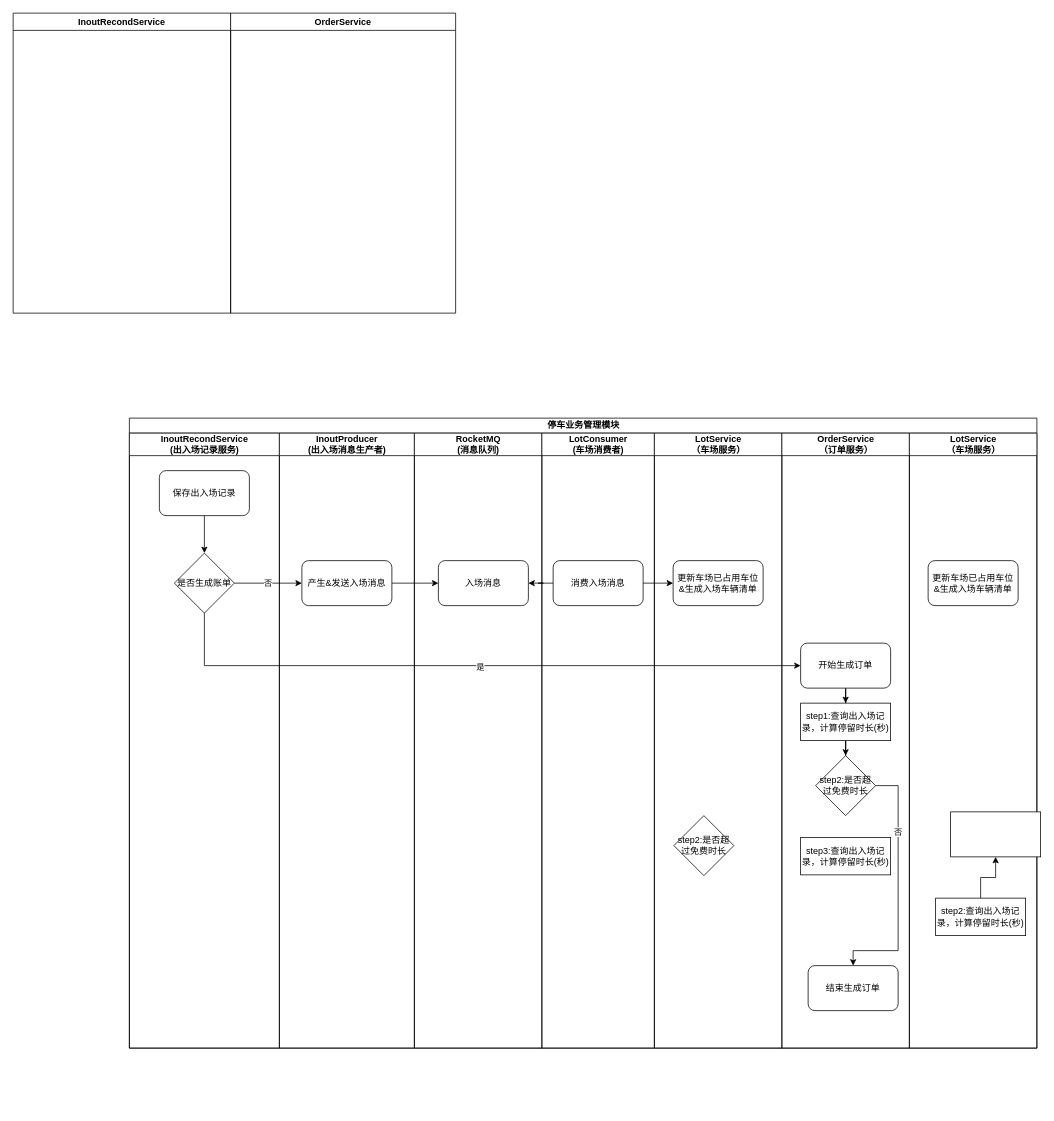
Earlier version of the draw.io diagram page "生成账单流程" (3 of 4) of hg/sm@rtpark/Untitled Diagram.drawio (yywyuwei/BusinessProcess). Source tidied: cells renumbered, new cells numbered last; positions are measured from the earlier drawing's top-left corner, leaving out a move shared by most shapes. Both pictures are drawn from the tidied source at 75%, with x=0, y=0 at pixel (13, 13).
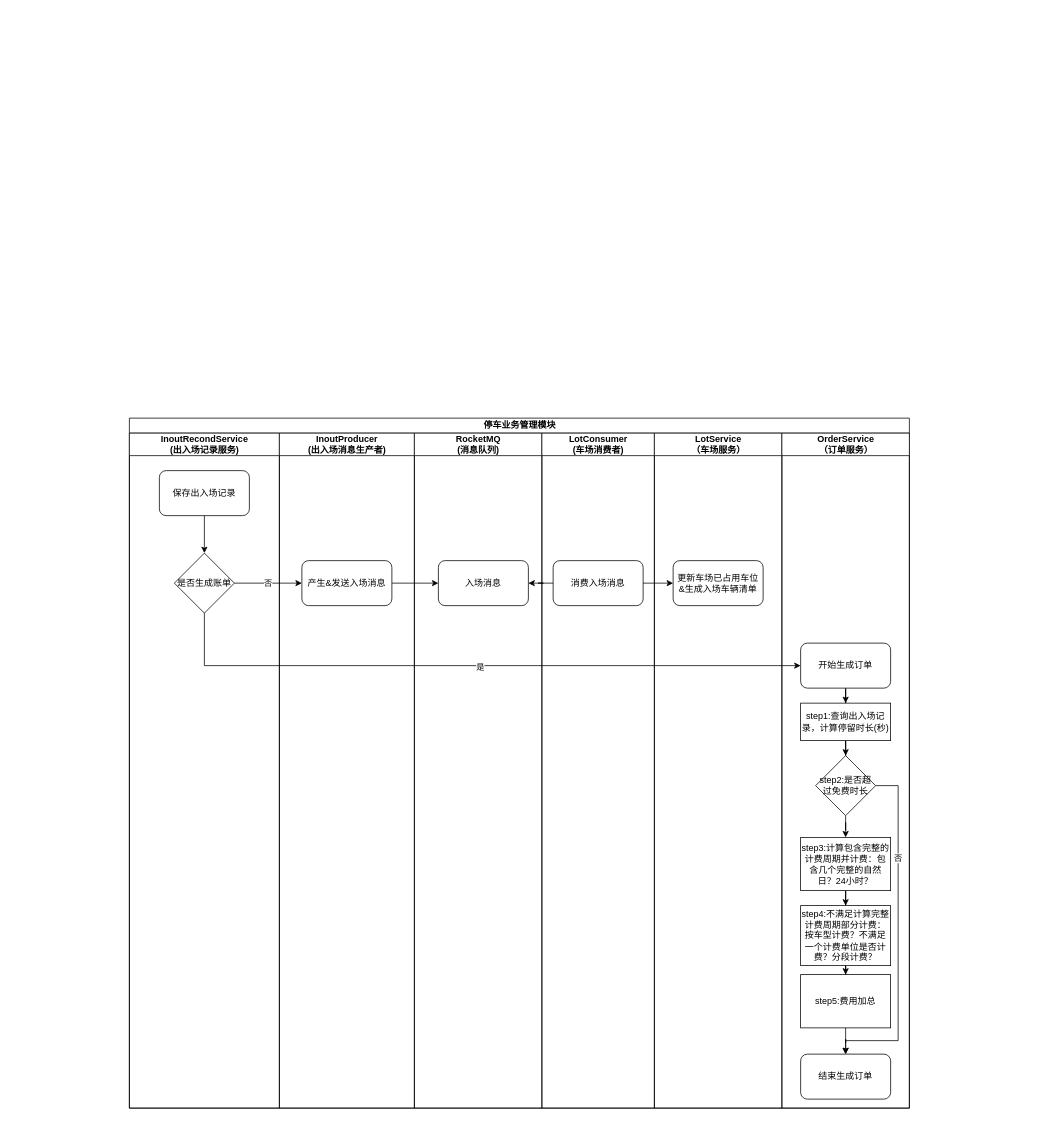
After the change.

The change refers to these unchanged cells:
```xml
<mxCell id="28" value="step2:是否超过免费时长" style="rhombus;whiteSpace=wrap;html=1;" parent="23" vertex="1">
  <mxGeometry x="45" y="430" width="80" height="80" as="geometry" />
</mxCell>
```

What changed in the source:
```diff
@@
-    <mxCell id="2" style="group;" parent="1" vertex="1">
-      <mxGeometry width="790" height="400" as="geometry" />
-    </mxCell>
-    <mxCell id="3" value="InoutRecondService" style="swimlane;" parent="2" vertex="1">
-      <mxGeometry width="290" height="400" as="geometry" />
-    </mxCell>
-    <mxCell id="4" value="OrderService" style="swimlane;" parent="2" vertex="1">
-      <mxGeometry x="290" width="300" height="400" as="geometry" />
-    </mxCell>
     <mxCell id="5" value="&lt;div&gt;停车业务管理模块&lt;/div&gt;" style="swimlane;html=1;startSize=20;" parent="1" vertex="1">
-      <mxGeometry x="155" y="540" width="1210" height="840" as="geometry" />
+      <mxGeometry x="155" y="540" width="1040" height="920" as="geometry" />
     </mxCell>
     <mxCell id="6" value="InoutRecondService&lt;br&gt;&lt;div&gt;(出入场记录服务)&lt;/div&gt;" style="swimlane;html=1;startSize=30;" parent="5" vertex="1">
-      <mxGeometry y="20" width="200" height="820" as="geometry" />
+      <mxGeometry y="20" width="200" height="900" as="geometry" />
     </mxCell>
@@
     <mxCell id="10" value="InoutProducer&lt;br&gt;&lt;div&gt;(出入场消息生产者)&lt;/div&gt;" style="swimlane;html=1;startSize=30;" parent="5" vertex="1">
-      <mxGeometry x="200" y="20" width="180" height="820" as="geometry" />
+      <mxGeometry x="200" y="20" width="180" height="900" as="geometry" />
     </mxCell>
@@
     <mxCell id="12" value="RocketMQ&lt;br&gt;(消息队列)" style="swimlane;html=1;startSize=30;" parent="5" vertex="1">
-      <mxGeometry x="380" y="20" width="170" height="820" as="geometry" />
+      <mxGeometry x="380" y="20" width="170" height="900" as="geometry" />
     </mxCell>
@@
     <mxCell id="14" value="LotConsumer&lt;br&gt;(车场消费者)" style="swimlane;html=1;startSize=30;" parent="5" vertex="1">
-      <mxGeometry x="550" y="20" width="150" height="820" as="geometry" />
+      <mxGeometry x="550" y="20" width="150" height="900" as="geometry" />
     </mxCell>
@@
     <mxCell id="16" value="LotService&lt;br&gt;（车场服务）" style="swimlane;html=1;startSize=30;" parent="5" vertex="1">
-      <mxGeometry x="700" y="20" width="170" height="820" as="geometry" />
+      <mxGeometry x="700" y="20" width="170" height="900" as="geometry" />
     </mxCell>
@@
-    <mxCell id="18" value="step2:是否超过免费时长" style="rhombus;whiteSpace=wrap;html=1;" parent="16" vertex="1">
-      <mxGeometry x="26" y="510" width="80" height="80" as="geometry" />
-    </mxCell>
@@
     <mxCell id="23" value="OrderService&lt;br&gt;（订单服务）" style="swimlane;html=1;startSize=30;" parent="5" vertex="1">
-      <mxGeometry x="870" y="20" width="170" height="820" as="geometry" />
+      <mxGeometry x="870" y="20" width="170" height="900" as="geometry" />
     </mxCell>
@@
+    <mxCell id="40" style="edgeStyle=orthogonalEdgeStyle;rounded=0;jettySize=auto;html=1;" parent="23" edge="1" source="28" target="32">
+      <mxGeometry relative="1" as="geometry" />
+    </mxCell>
@@
     <mxCell id="29" value="&lt;div&gt;结束生成订单&lt;/div&gt;" style="rounded=1;whiteSpace=wrap;html=1;" parent="23" vertex="1">
-      <mxGeometry x="35" y="710" width="120" height="60" as="geometry" />
+      <mxGeometry x="25" y="828" width="120" height="60" as="geometry" />
     </mxCell>
     <mxCell id="30" style="edgeStyle=orthogonalEdgeStyle;rounded=0;jettySize=auto;html=1;entryX=0.5;entryY=0;entryDx=0;entryDy=0;exitX=1;exitY=0.5;exitDx=0;exitDy=0;" parent="23" edge="1" source="28" target="29">
       <mxGeometry relative="1" as="geometry">
         <Array as="points">
           <mxPoint x="155" y="470" />
-          <mxPoint x="155" y="690" />
-          <mxPoint x="95" y="690" />
+          <mxPoint x="155" y="810" />
+          <mxPoint x="85" y="810" />
         </Array>
       </mxGeometry>
     </mxCell>
@@
+    <mxCell id="41" style="edgeStyle=orthogonalEdgeStyle;rounded=0;jettySize=auto;html=1;" parent="23" edge="1" source="32" target="43">
+      <mxGeometry relative="1" as="geometry" />
+    </mxCell>
-    <mxCell id="32" value="step3:查询出入场记录，计算停留时长(秒)" style="rounded=0;whiteSpace=wrap;html=1;" parent="23" vertex="1">
-      <mxGeometry x="25" y="539" width="120" height="50" as="geometry" />
+    <mxCell id="32" value="step3:计算包含完整的计费周期并计费：包含几个完整的自然日？24小时？" style="rounded=0;whiteSpace=wrap;html=1;" parent="23" vertex="1">
+      <mxGeometry x="25" y="539" width="120" height="71" as="geometry" />
     </mxCell>
-    <mxCell id="33" value="LotService&lt;br&gt;（车场服务）" style="swimlane;html=1;startSize=30;" parent="5" vertex="1">
-      <mxGeometry x="1040" y="20" width="170" height="820" as="geometry" />
-    </mxCell>
-    <mxCell id="34" value="更新车场已占用车位&lt;br&gt;&amp;amp;生成入场车辆清单" style="rounded=1;whiteSpace=wrap;html=1;" parent="33" vertex="1">
-      <mxGeometry x="25" y="170" width="120" height="60" as="geometry" />
-    </mxCell>
-    <mxCell id="35" value="step2:查询出入场记录，计算停留时长(秒)" style="rounded=0;whiteSpace=wrap;html=1;" parent="33" vertex="1">
-      <mxGeometry x="35" y="620" width="120" height="50" as="geometry" />
-    </mxCell>
+    <mxCell id="42" style="edgeStyle=orthogonalEdgeStyle;rounded=0;jettySize=auto;html=1;" parent="23" edge="1" source="43" target="45">
+      <mxGeometry relative="1" as="geometry" />
+    </mxCell>
+    <mxCell id="43" value="step4:不满足计算完整计费周期部分计费：按车型计费？不满足一个计费单位是否计费？分段计费？" style="rounded=0;whiteSpace=wrap;html=1;" parent="23" vertex="1">
+      <mxGeometry x="25" y="630" width="120" height="80" as="geometry" />
+    </mxCell>
+    <mxCell id="44" style="edgeStyle=orthogonalEdgeStyle;rounded=0;jettySize=auto;html=1;" parent="23" edge="1" source="45" target="29">
+      <mxGeometry relative="1" as="geometry" />
+    </mxCell>
+    <mxCell id="45" value="step5:费用加总" style="rounded=0;whiteSpace=wrap;html=1;" parent="23" vertex="1">
+      <mxGeometry x="25" y="722" width="120" height="71" as="geometry" />
+    </mxCell>
@@
-    <mxCell id="38" style="whiteSpace=wrap;html=1;rounded=0;" parent="1" vertex="1">
-      <mxGeometry x="1250" y="1065" width="120" height="60" as="geometry" />
-    </mxCell>
-    <mxCell id="39" style="edgeStyle=orthogonalEdgeStyle;rounded=0;jettySize=auto;html=1;" parent="1" edge="1" source="35" target="38">
-      <mxGeometry relative="1" as="geometry" />
-    </mxCell>
```
